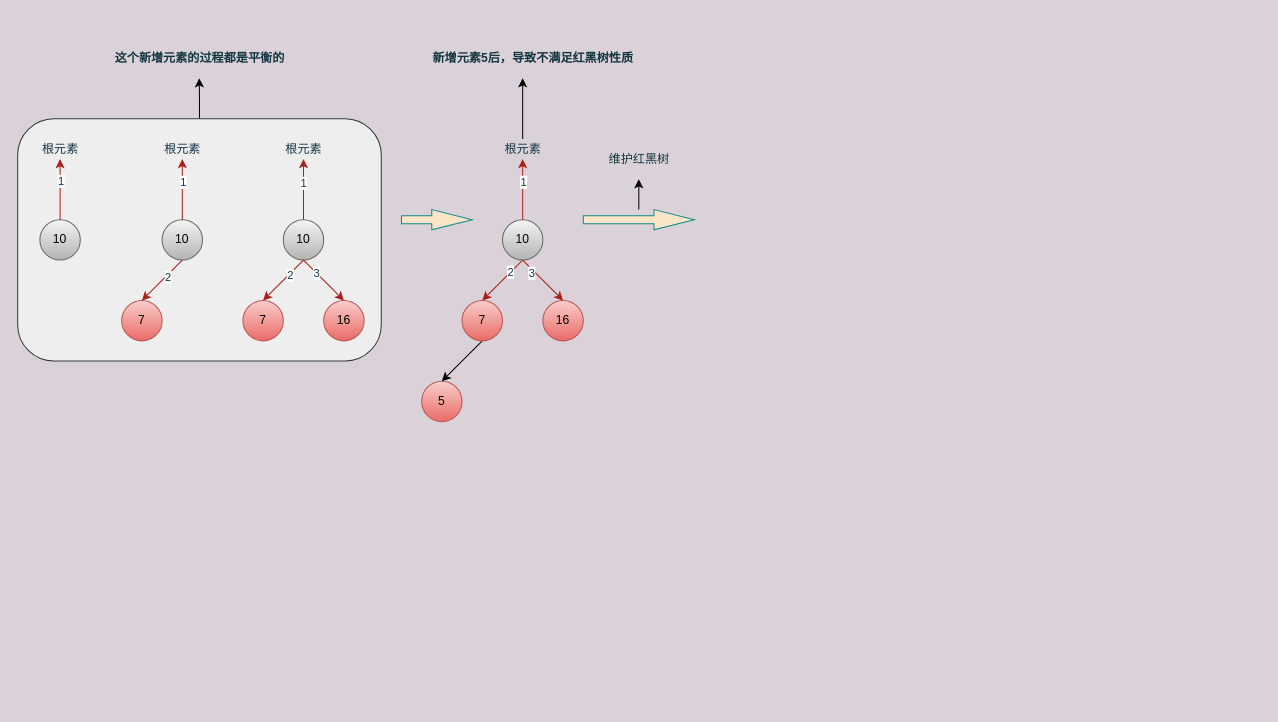
Above: typora/JavaSE/6 集合/drawio/TreeMap/维护红黑树平衡2.drawio in LDChing0321/JavaLearn (draw.io), before the change. Source tidied: cells renumbered, new cells numbered last; positions are measured from the earlier drawing's top-left corner, leaving out a move shared by most shapes. Both pictures are drawn from the tidied source at 101%, with x=0, y=0 at pixel (17, 47).
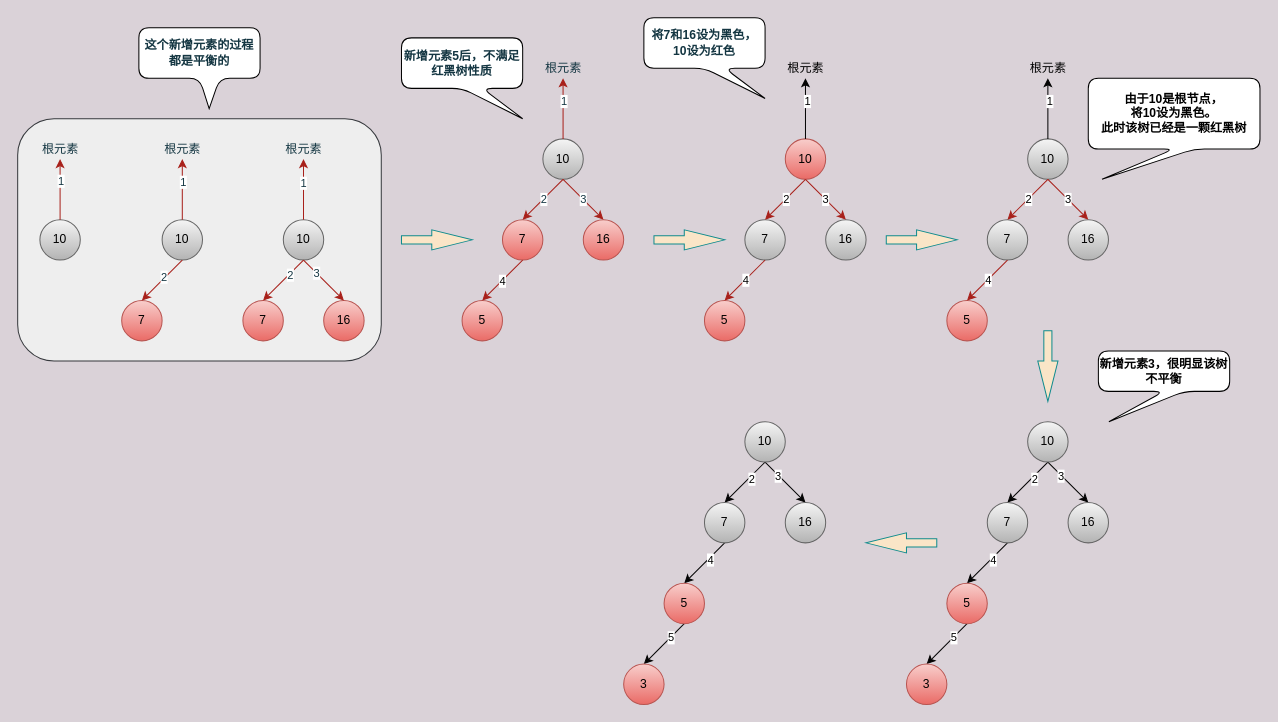
Above is the later version.

Commit message:
更新维护红黑树平衡2.drawio

The change refers to these unchanged cells:
```xml
<mxCell id="3" style="rounded=1;whiteSpace=wrap;html=1;glass=0;fillColor=#eeeeee;strokeColor=#36393d;shadow=0;sketch=0;" parent="1" vertex="1">
  <mxGeometry y="70" width="360" height="240" as="geometry" />
</mxCell>
<mxCell id="16" style="rounded=0;jettySize=auto;html=1;exitX=0.5;exitY=1;exitDx=0;exitDy=0;entryX=0.5;entryY=0;entryDx=0;entryDy=0;labelBackgroundColor=#DAD2D8;strokeColor=#A8201A;fontColor=#143642;" parent="9" edge="1" source="12" target="10">
  <mxGeometry relative="1" as="geometry" />
</mxCell>
<mxCell id="33" value="10" style="ellipse;whiteSpace=wrap;html=1;fillColor=#f5f5f5;strokeColor=#666666;gradientColor=#b3b3b3;" parent="32" vertex="1">
  <mxGeometry x="5" y="80" width="40" height="40" as="geometry" />
</mxCell>
<mxCell id="34" value="根元素" style="text;html=1;align=center;verticalAlign=middle;points=[];strokeColor=none;fontColor=#143642;" parent="32" vertex="1">
  <mxGeometry width="50" height="20" as="geometry" />
</mxCell>
```

The edit, as a diff of the source:
```diff
@@
-    <mxCell id="2" style="edgeStyle=orthogonalEdgeStyle;curved=0;rounded=1;sketch=0;jettySize=auto;html=1;exitX=0.5;exitY=0;exitDx=0;exitDy=0;fontColor=#143642;strokeColor=#000000;fillColor=#FAE5C7;" parent="1" edge="1" source="3">
-      <mxGeometry relative="1" as="geometry">
-        <mxPoint x="179.8" y="30" as="targetPoint" />
-      </mxGeometry>
-    </mxCell>
@@
     <mxCell id="17" value="2" style="edgeLabel;html=1;align=center;verticalAlign=middle;fontColor=#143642;" parent="16" vertex="1">
-      <mxGeometry x="-0.22" y="2" relative="1" as="geometry" />
+      <mxGeometry x="-0.22" y="2" relative="1" as="geometry">
+        <mxPoint x="-4" as="offset" />
+      </mxGeometry>
     </mxCell>
@@
-    <mxCell id="29" value="这个新增元素的过程都是平衡的" style="text;html=1;align=center;verticalAlign=middle;strokeColor=none;fontColor=#143642;fontStyle=1;" parent="1" vertex="1">
-      <mxGeometry x="90" width="180" height="20" as="geometry" />
-    </mxCell>
-    <mxCell id="30" style="rounded=1;sketch=0;jettySize=auto;html=1;exitX=0.5;exitY=1;exitDx=0;exitDy=0;entryX=0.5;entryY=0;entryDx=0;entryDy=0;fontColor=#143642;strokeColor=#000000;fillColor=#FAE5C7;" parent="1" edge="1" source="31" target="42">
-      <mxGeometry relative="1" as="geometry" />
-    </mxCell>
+    <mxCell id="45" style="html=1;shadow=0;dashed=0;align=center;verticalAlign=middle;shape=mxgraph.arrows2.arrow;dy=0.6;dx=40;notch=0;rounded=1;glass=0;sketch=0;fontColor=#143642;strokeColor=#0F8B8D;fillColor=#FAE5C7;" parent="1" vertex="1">
+      <mxGeometry x="380" y="180" width="70" height="20" as="geometry" />
+    </mxCell>
+    <mxCell id="49" style="group;" parent="1" vertex="1">
+      <mxGeometry x="440" y="10" width="160" height="280" as="geometry" />
+    </mxCell>
-    <mxCell id="31" value="7" style="ellipse;whiteSpace=wrap;html=1;fillColor=#f8cecc;strokeColor=#b85450;gradientColor=#ea6b66;" parent="1" vertex="1">
-      <mxGeometry x="440" y="250" width="40" height="40" as="geometry" />
+    <mxCell id="31" value="7" style="ellipse;whiteSpace=wrap;html=1;fillColor=#f8cecc;strokeColor=#b85450;gradientColor=#ea6b66;" parent="49" vertex="1">
+      <mxGeometry x="40" y="160" width="40" height="40" as="geometry" />
     </mxCell>
-    <mxCell id="32" style="group;fontColor=#143642;" parent="1" vertex="1">
-      <mxGeometry x="475" y="90" width="50" height="120" as="geometry" />
+    <mxCell id="32" style="group;fontColor=#143642;" parent="49" vertex="1">
+      <mxGeometry x="75" width="50" height="120" as="geometry" />
     </mxCell>
@@
-    <mxCell id="37" style="rounded=0;jettySize=auto;html=1;exitX=0.5;exitY=1;exitDx=0;exitDy=0;entryX=0.5;entryY=0;entryDx=0;entryDy=0;labelBackgroundColor=#DAD2D8;strokeColor=#A8201A;fontColor=#143642;" parent="1" edge="1" source="33" target="31">
+    <mxCell id="37" style="rounded=0;jettySize=auto;html=1;exitX=0.5;exitY=1;exitDx=0;exitDy=0;entryX=0.5;entryY=0;entryDx=0;entryDy=0;labelBackgroundColor=#DAD2D8;strokeColor=#A8201A;fontColor=#143642;" parent="49" edge="1" source="33" target="31">
       <mxGeometry x="640" y="40" as="geometry" />
     </mxCell>
     <mxCell id="38" value="2" style="edgeLabel;html=1;align=center;verticalAlign=middle;fontColor=#143642;" parent="37" vertex="1">
-      <mxGeometry relative="1" as="geometry">
-        <mxPoint x="7" y="-8" as="offset" />
-      </mxGeometry>
+      <mxGeometry relative="1" as="geometry" />
     </mxCell>
-    <mxCell id="39" value="16" style="ellipse;whiteSpace=wrap;html=1;fillColor=#f8cecc;strokeColor=#b85450;gradientColor=#ea6b66;" parent="1" vertex="1">
-      <mxGeometry x="520" y="250" width="40" height="40" as="geometry" />
+    <mxCell id="39" value="16" style="ellipse;whiteSpace=wrap;html=1;fillColor=#f8cecc;strokeColor=#b85450;gradientColor=#ea6b66;" parent="49" vertex="1">
+      <mxGeometry x="120" y="160" width="40" height="40" as="geometry" />
     </mxCell>
+    <mxCell id="42" value="5" style="ellipse;whiteSpace=wrap;html=1;fillColor=#f8cecc;strokeColor=#b85450;gradientColor=#ea6b66;" parent="49" vertex="1">
+      <mxGeometry y="240" width="40" height="40" as="geometry" />
+    </mxCell>
-    <mxCell id="40" style="edgeStyle=none;rounded=0;jettySize=auto;html=1;exitX=0.5;exitY=1;exitDx=0;exitDy=0;entryX=0.5;entryY=0;entryDx=0;entryDy=0;labelBackgroundColor=#DAD2D8;strokeColor=#A8201A;fontColor=#143642;" parent="1" edge="1" source="33" target="39">
+    <mxCell id="40" style="edgeStyle=none;rounded=0;jettySize=auto;html=1;exitX=0.5;exitY=1;exitDx=0;exitDy=0;entryX=0.5;entryY=0;entryDx=0;entryDy=0;labelBackgroundColor=#DAD2D8;strokeColor=#A8201A;fontColor=#143642;" parent="49" edge="1" source="33" target="39">
       <mxGeometry x="600" y="40" as="geometry" />
     </mxCell>
     <mxCell id="41" value="3" style="edgeLabel;html=1;align=center;verticalAlign=middle;fontColor=#143642;" parent="40" vertex="1">
-      <mxGeometry relative="1" as="geometry">
-        <mxPoint x="-11" y="-7" as="offset" />
-      </mxGeometry>
+      <mxGeometry relative="1" as="geometry" />
     </mxCell>
-    <mxCell id="42" value="5" style="ellipse;whiteSpace=wrap;html=1;fillColor=#f8cecc;strokeColor=#b85450;gradientColor=#ea6b66;" parent="1" vertex="1">
-      <mxGeometry x="400" y="330" width="40" height="40" as="geometry" />
-    </mxCell>
-    <mxCell id="43" value="新增元素5后，导致不满足红黑树性质" style="text;html=1;align=center;verticalAlign=middle;strokeColor=none;fontColor=#143642;fontStyle=1;" parent="1" vertex="1">
-      <mxGeometry x="405" width="210" height="20" as="geometry" />
-    </mxCell>
-    <mxCell id="44" style="edgeStyle=orthogonalEdgeStyle;curved=0;rounded=1;sketch=0;jettySize=auto;html=1;fontColor=#143642;strokeColor=#000000;fillColor=#FAE5C7;" parent="1" edge="1" source="34">
-      <mxGeometry relative="1" as="geometry">
-        <mxPoint x="500" y="30" as="targetPoint" />
-      </mxGeometry>
-    </mxCell>
-    <mxCell id="45" style="html=1;shadow=0;dashed=0;align=center;verticalAlign=middle;shape=mxgraph.arrows2.arrow;dy=0.6;dx=40;notch=0;rounded=1;glass=0;sketch=0;fontColor=#143642;strokeColor=#0F8B8D;fillColor=#FAE5C7;" parent="1" vertex="1">
-      <mxGeometry x="380" y="160" width="70" height="20" as="geometry" />
-    </mxCell>
-    <mxCell id="46" style="edgeStyle=orthogonalEdgeStyle;curved=0;rounded=1;sketch=0;jettySize=auto;html=1;fontColor=#143642;strokeColor=#000000;fillColor=#FAE5C7;" parent="1" edge="1" source="47">
-      <mxGeometry relative="1" as="geometry">
-        <mxPoint x="615" y="130" as="targetPoint" />
-      </mxGeometry>
-    </mxCell>
-    <mxCell id="47" style="html=1;shadow=0;dashed=0;align=center;verticalAlign=middle;shape=mxgraph.arrows2.arrow;dy=0.6;dx=40;notch=0;rounded=1;glass=0;sketch=0;fontColor=#143642;strokeColor=#0F8B8D;fillColor=#FAE5C7;" parent="1" vertex="1">
-      <mxGeometry x="560" y="160" width="110" height="20" as="geometry" />
-    </mxCell>
-    <mxCell id="48" value="维护红黑树" style="text;html=1;align=center;verticalAlign=middle;strokeColor=none;fontColor=#143642;" parent="1" vertex="1">
-      <mxGeometry x="575" y="100" width="80" height="20" as="geometry" />
-    </mxCell>
+    <mxCell id="30" style="rounded=0;sketch=0;jettySize=auto;html=1;exitX=0.5;exitY=1;exitDx=0;exitDy=0;entryX=0.5;entryY=0;entryDx=0;entryDy=0;fontColor=#143642;fillColor=#f8cecc;strokeColor=#A8201A;" parent="49" edge="1" source="31" target="42">
+      <mxGeometry relative="1" as="geometry" />
+    </mxCell>
+    <mxCell id="50" value="4" style="edgeLabel;html=1;align=center;verticalAlign=middle;" parent="30" vertex="1">
+      <mxGeometry x="-0.31" y="-1" relative="1" as="geometry">
+        <mxPoint x="-6" y="7" as="offset" />
+      </mxGeometry>
+    </mxCell>
+    <mxCell id="51" value="&lt;span style=&quot;color: rgb(20 , 54 , 66) ; font-weight: 700&quot;&gt;新增元素5后，不满足红黑树性质&lt;/span&gt;" style="shape=callout;whiteSpace=wrap;html=1;perimeter=calloutPerimeter;rounded=1;position2=1;" parent="49" vertex="1">
+      <mxGeometry x="-60" y="-20" width="120" height="80" as="geometry" />
+    </mxCell>
+    <mxCell id="52" style="group;" parent="1" vertex="1">
+      <mxGeometry x="680" y="90" width="160" height="200" as="geometry" />
+    </mxCell>
+    <mxCell id="53" value="10" style="ellipse;whiteSpace=wrap;html=1;fillColor=#f8cecc;strokeColor=#b85450;gradientColor=#ea6b66;" parent="52" vertex="1">
+      <mxGeometry x="80" width="40" height="40" as="geometry" />
+    </mxCell>
+    <mxCell id="54" value="7" style="ellipse;whiteSpace=wrap;html=1;fillColor=#f5f5f5;strokeColor=#666666;gradientColor=#b3b3b3;" parent="52" vertex="1">
+      <mxGeometry x="40" y="80" width="40" height="40" as="geometry" />
+    </mxCell>
+    <mxCell id="55" value="16" style="ellipse;whiteSpace=wrap;html=1;fillColor=#f5f5f5;strokeColor=#666666;gradientColor=#b3b3b3;" parent="52" vertex="1">
+      <mxGeometry x="120" y="80" width="40" height="40" as="geometry" />
+    </mxCell>
+    <mxCell id="56" value="5" style="ellipse;whiteSpace=wrap;html=1;fillColor=#f8cecc;strokeColor=#b85450;gradientColor=#ea6b66;" parent="52" vertex="1">
+      <mxGeometry y="160" width="40" height="40" as="geometry" />
+    </mxCell>
+    <mxCell id="57" style="rounded=0;jettySize=auto;html=1;exitX=0.5;exitY=1;exitDx=0;exitDy=0;entryX=0.5;entryY=0;entryDx=0;entryDy=0;strokeColor=#A8201A;" parent="52" edge="1" source="53" target="54">
+      <mxGeometry x="900" y="40" as="geometry" />
+    </mxCell>
+    <mxCell id="58" value="2" style="edgeLabel;html=1;align=center;verticalAlign=middle;" parent="57" vertex="1">
+      <mxGeometry relative="1" as="geometry" />
+    </mxCell>
+    <mxCell id="59" style="edgeStyle=none;rounded=0;jettySize=auto;html=1;exitX=0.5;exitY=1;exitDx=0;exitDy=0;entryX=0.5;entryY=0;entryDx=0;entryDy=0;strokeColor=#A8201A;" parent="52" edge="1" source="53" target="55">
+      <mxGeometry x="900" y="40" as="geometry" />
+    </mxCell>
+    <mxCell id="60" value="3" style="edgeLabel;html=1;align=center;verticalAlign=middle;" parent="59" vertex="1">
+      <mxGeometry relative="1" as="geometry" />
+    </mxCell>
+    <mxCell id="61" style="edgeStyle=none;rounded=0;jettySize=auto;html=1;exitX=0.5;exitY=1;exitDx=0;exitDy=0;entryX=0.5;entryY=0;entryDx=0;entryDy=0;strokeColor=#A8201A;" parent="52" edge="1" source="54" target="56">
+      <mxGeometry x="900" y="40" as="geometry" />
+    </mxCell>
+    <mxCell id="62" value="4" style="edgeLabel;html=1;align=center;verticalAlign=middle;" parent="61" vertex="1">
+      <mxGeometry relative="1" as="geometry" />
+    </mxCell>
+    <mxCell id="63" value="根元素" style="text;html=1;align=center;verticalAlign=middle;points=[];strokeColor=none;" parent="1" vertex="1">
+      <mxGeometry x="755" y="10" width="50" height="20" as="geometry" />
+    </mxCell>
+    <mxCell id="64" style="edgeStyle=none;rounded=0;jettySize=auto;html=1;strokeColor=#030303;" parent="1" edge="1" source="53" target="63">
+      <mxGeometry relative="1" as="geometry" />
+    </mxCell>
+    <mxCell id="65" value="1" style="edgeLabel;html=1;align=center;verticalAlign=middle;" parent="64" vertex="1">
+      <mxGeometry x="0.26" y="-1" relative="1" as="geometry" />
+    </mxCell>
+    <mxCell id="66" style="html=1;shadow=0;dashed=0;align=center;verticalAlign=middle;shape=mxgraph.arrows2.arrow;dy=0.6;dx=40;notch=0;rounded=1;glass=0;sketch=0;fontColor=#143642;strokeColor=#0F8B8D;fillColor=#FAE5C7;" parent="1" vertex="1">
+      <mxGeometry x="630" y="180" width="70" height="20" as="geometry" />
+    </mxCell>
+    <mxCell id="67" value="10" style="ellipse;whiteSpace=wrap;html=1;fillColor=#f5f5f5;strokeColor=#666666;gradientColor=#b3b3b3;" parent="1" vertex="1">
+      <mxGeometry x="1000" y="90" width="40" height="40" as="geometry" />
+    </mxCell>
+    <mxCell id="68" value="7" style="ellipse;whiteSpace=wrap;html=1;fillColor=#f5f5f5;strokeColor=#666666;gradientColor=#b3b3b3;" parent="1" vertex="1">
+      <mxGeometry x="960" y="170" width="40" height="40" as="geometry" />
+    </mxCell>
+    <mxCell id="69" value="16" style="ellipse;whiteSpace=wrap;html=1;fillColor=#f5f5f5;strokeColor=#666666;gradientColor=#b3b3b3;" parent="1" vertex="1">
+      <mxGeometry x="1040" y="170" width="40" height="40" as="geometry" />
+    </mxCell>
+    <mxCell id="70" value="5" style="ellipse;whiteSpace=wrap;html=1;fillColor=#f8cecc;strokeColor=#b85450;gradientColor=#ea6b66;" parent="1" vertex="1">
+      <mxGeometry x="920" y="250" width="40" height="40" as="geometry" />
+    </mxCell>
+    <mxCell id="71" style="rounded=0;jettySize=auto;html=1;exitX=0.5;exitY=1;exitDx=0;exitDy=0;entryX=0.5;entryY=0;entryDx=0;entryDy=0;strokeColor=#A8201A;" parent="1" edge="1" source="67" target="68">
+      <mxGeometry x="1140" y="40" as="geometry" />
+    </mxCell>
+    <mxCell id="72" value="2" style="edgeLabel;html=1;align=center;verticalAlign=middle;" parent="71" vertex="1">
+      <mxGeometry relative="1" as="geometry" />
+    </mxCell>
+    <mxCell id="73" style="edgeStyle=none;rounded=0;jettySize=auto;html=1;exitX=0.5;exitY=1;exitDx=0;exitDy=0;entryX=0.5;entryY=0;entryDx=0;entryDy=0;strokeColor=#A8201A;" parent="1" edge="1" source="67" target="69">
+      <mxGeometry x="1140" y="40" as="geometry" />
+    </mxCell>
+    <mxCell id="74" value="3" style="edgeLabel;html=1;align=center;verticalAlign=middle;" parent="73" vertex="1">
+      <mxGeometry relative="1" as="geometry" />
+    </mxCell>
+    <mxCell id="75" style="edgeStyle=none;rounded=0;jettySize=auto;html=1;exitX=0.5;exitY=1;exitDx=0;exitDy=0;entryX=0.5;entryY=0;entryDx=0;entryDy=0;strokeColor=#A8201A;" parent="1" edge="1" source="68" target="70">
+      <mxGeometry x="1140" y="40" as="geometry" />
+    </mxCell>
+    <mxCell id="76" value="4" style="edgeLabel;html=1;align=center;verticalAlign=middle;" parent="75" vertex="1">
+      <mxGeometry relative="1" as="geometry" />
+    </mxCell>
+    <mxCell id="77" value="根元素" style="text;html=1;align=center;verticalAlign=middle;points=[];strokeColor=none;" parent="1" vertex="1">
+      <mxGeometry x="995" y="10" width="50" height="20" as="geometry" />
+    </mxCell>
+    <mxCell id="78" style="edgeStyle=none;rounded=0;jettySize=auto;html=1;strokeColor=#030303;" parent="1" edge="1" source="67" target="77">
+      <mxGeometry relative="1" as="geometry" />
+    </mxCell>
+    <mxCell id="79" value="1" style="edgeLabel;html=1;align=center;verticalAlign=middle;" parent="78" vertex="1">
+      <mxGeometry x="0.26" y="-1" relative="1" as="geometry" />
+    </mxCell>
+    <mxCell id="80" style="html=1;shadow=0;dashed=0;align=center;verticalAlign=middle;shape=mxgraph.arrows2.arrow;dy=0.6;dx=40;notch=0;rounded=1;glass=0;sketch=0;fontColor=#143642;strokeColor=#0F8B8D;fillColor=#FAE5C7;" parent="1" vertex="1">
+      <mxGeometry x="860" y="180" width="70" height="20" as="geometry" />
+    </mxCell>
+    <mxCell id="81" value="由于10是根节点，&lt;br&gt;将10设为黑色。&lt;br&gt;此时该树已经是一颗红黑树" style="shape=callout;whiteSpace=wrap;html=1;perimeter=calloutPerimeter;position2=0.08;rounded=1;fontStyle=1;" parent="1" vertex="1">
+      <mxGeometry x="1060" y="30" width="170" height="100" as="geometry" />
+    </mxCell>
+    <mxCell id="82" value="&lt;font color=&quot;#143642&quot;&gt;&lt;b&gt;将7和16设为黑色，&lt;br&gt;10设为红色&lt;br&gt;&lt;/b&gt;&lt;/font&gt;" style="shape=callout;whiteSpace=wrap;html=1;perimeter=calloutPerimeter;rounded=1;position2=1;" parent="1" vertex="1">
+      <mxGeometry x="620" y="-30" width="120" height="80" as="geometry" />
+    </mxCell>
+    <mxCell id="29" value="&lt;span style=&quot;color: rgb(20 , 54 , 66) ; font-weight: 700&quot;&gt;这个新增元素的过程都是平衡的&lt;/span&gt;" style="shape=callout;whiteSpace=wrap;html=1;perimeter=calloutPerimeter;rounded=1;position2=0.58;" parent="1" vertex="1">
+      <mxGeometry x="120" y="-20" width="120" height="80" as="geometry" />
+    </mxCell>
+    <mxCell id="83" style="html=1;shadow=0;dashed=0;align=center;verticalAlign=middle;shape=mxgraph.arrows2.arrow;dy=0.6;dx=40;notch=0;rounded=1;glass=0;sketch=0;fontColor=#143642;strokeColor=#0F8B8D;fillColor=#FAE5C7;direction=south;" parent="1" vertex="1">
+      <mxGeometry x="1010" y="280" width="20" height="70" as="geometry" />
+    </mxCell>
+    <mxCell id="84" style="edgeStyle=none;rounded=0;jettySize=auto;html=1;exitX=0.5;exitY=1;exitDx=0;exitDy=0;entryX=0.5;entryY=0;entryDx=0;entryDy=0;strokeColor=#030303;" parent="1" edge="1" source="88" target="91">
+      <mxGeometry relative="1" as="geometry" />
+    </mxCell>
+    <mxCell id="85" value="2" style="edgeLabel;html=1;align=center;verticalAlign=middle;" parent="84" vertex="1">
+      <mxGeometry x="-0.27" y="2" relative="1" as="geometry" />
+    </mxCell>
+    <mxCell id="86" style="edgeStyle=none;rounded=0;jettySize=auto;html=1;exitX=0.5;exitY=1;exitDx=0;exitDy=0;entryX=0.5;entryY=0;entryDx=0;entryDy=0;strokeColor=#030303;" parent="1" edge="1" source="88" target="92">
+      <mxGeometry relative="1" as="geometry" />
+    </mxCell>
+    <mxCell id="87" value="3" style="edgeLabel;html=1;align=center;verticalAlign=middle;" parent="86" vertex="1">
+      <mxGeometry x="-0.35" y="-1" relative="1" as="geometry" />
+    </mxCell>
+    <mxCell id="88" value="10" style="ellipse;whiteSpace=wrap;html=1;fillColor=#f5f5f5;strokeColor=#666666;gradientColor=#b3b3b3;" parent="1" vertex="1">
+      <mxGeometry x="1000" y="370" width="40" height="40" as="geometry" />
+    </mxCell>
+    <mxCell id="89" style="edgeStyle=none;rounded=0;jettySize=auto;html=1;exitX=0.5;exitY=1;exitDx=0;exitDy=0;entryX=0.5;entryY=0;entryDx=0;entryDy=0;strokeColor=#030303;" parent="1" edge="1" source="91" target="95">
+      <mxGeometry relative="1" as="geometry" />
+    </mxCell>
+    <mxCell id="90" value="4" style="edgeLabel;html=1;align=center;verticalAlign=middle;" parent="89" vertex="1">
+      <mxGeometry x="-0.23" y="1" relative="1" as="geometry" />
+    </mxCell>
+    <mxCell id="91" value="7" style="ellipse;whiteSpace=wrap;html=1;fillColor=#f5f5f5;strokeColor=#666666;gradientColor=#b3b3b3;" parent="1" vertex="1">
+      <mxGeometry x="960" y="450" width="40" height="40" as="geometry" />
+    </mxCell>
+    <mxCell id="92" value="16" style="ellipse;whiteSpace=wrap;html=1;fillColor=#f5f5f5;strokeColor=#666666;gradientColor=#b3b3b3;" parent="1" vertex="1">
+      <mxGeometry x="1040" y="450" width="40" height="40" as="geometry" />
+    </mxCell>
+    <mxCell id="93" style="edgeStyle=none;rounded=0;jettySize=auto;html=1;exitX=0.5;exitY=1;exitDx=0;exitDy=0;entryX=0.5;entryY=0;entryDx=0;entryDy=0;strokeColor=#030303;" parent="1" edge="1" source="95" target="97">
+      <mxGeometry relative="1" as="geometry" />
+    </mxCell>
+    <mxCell id="94" value="5" style="edgeLabel;html=1;align=center;verticalAlign=middle;" parent="93" vertex="1">
+      <mxGeometry x="-0.32" relative="1" as="geometry" />
+    </mxCell>
+    <mxCell id="95" value="5" style="ellipse;whiteSpace=wrap;html=1;fillColor=#f8cecc;strokeColor=#b85450;gradientColor=#ea6b66;" parent="1" vertex="1">
+      <mxGeometry x="920" y="530" width="40" height="40" as="geometry" />
+    </mxCell>
+    <mxCell id="96" value="新增元素3，很明显该树不平衡" style="shape=callout;whiteSpace=wrap;html=1;perimeter=calloutPerimeter;position2=0.08;rounded=1;fontStyle=1;" parent="1" vertex="1">
+      <mxGeometry x="1070" y="300" width="130" height="70" as="geometry" />
+    </mxCell>
+    <mxCell id="97" value="3" style="ellipse;whiteSpace=wrap;html=1;fillColor=#f8cecc;strokeColor=#b85450;gradientColor=#ea6b66;" parent="1" vertex="1">
+      <mxGeometry x="880" y="610" width="40" height="40" as="geometry" />
+    </mxCell>
+    <mxCell id="98" style="edgeStyle=none;rounded=0;jettySize=auto;html=1;exitX=0.5;exitY=1;exitDx=0;exitDy=0;entryX=0.5;entryY=0;entryDx=0;entryDy=0;strokeColor=#030303;" parent="1" edge="1" source="102" target="105">
+      <mxGeometry relative="1" as="geometry" />
+    </mxCell>
+    <mxCell id="99" value="2" style="edgeLabel;html=1;align=center;verticalAlign=middle;" parent="98" vertex="1">
+      <mxGeometry x="-0.27" y="2" relative="1" as="geometry" />
+    </mxCell>
+    <mxCell id="100" style="edgeStyle=none;rounded=0;jettySize=auto;html=1;exitX=0.5;exitY=1;exitDx=0;exitDy=0;entryX=0.5;entryY=0;entryDx=0;entryDy=0;strokeColor=#030303;" parent="1" edge="1" source="102" target="106">
+      <mxGeometry relative="1" as="geometry" />
+    </mxCell>
+    <mxCell id="101" value="3" style="edgeLabel;html=1;align=center;verticalAlign=middle;" parent="100" vertex="1">
+      <mxGeometry x="-0.35" y="-1" relative="1" as="geometry" />
+    </mxCell>
+    <mxCell id="102" value="10" style="ellipse;whiteSpace=wrap;html=1;fillColor=#f5f5f5;strokeColor=#666666;gradientColor=#b3b3b3;" parent="1" vertex="1">
+      <mxGeometry x="720" y="370" width="40" height="40" as="geometry" />
+    </mxCell>
+    <mxCell id="103" style="edgeStyle=none;rounded=0;jettySize=auto;html=1;exitX=0.5;exitY=1;exitDx=0;exitDy=0;entryX=0.5;entryY=0;entryDx=0;entryDy=0;strokeColor=#030303;" parent="1" edge="1" source="105" target="109">
+      <mxGeometry relative="1" as="geometry" />
+    </mxCell>
+    <mxCell id="104" value="4" style="edgeLabel;html=1;align=center;verticalAlign=middle;" parent="103" vertex="1">
+      <mxGeometry x="-0.23" y="1" relative="1" as="geometry" />
+    </mxCell>
+    <mxCell id="105" value="7" style="ellipse;whiteSpace=wrap;html=1;fillColor=#f5f5f5;strokeColor=#666666;gradientColor=#b3b3b3;" parent="1" vertex="1">
+      <mxGeometry x="680" y="450" width="40" height="40" as="geometry" />
+    </mxCell>
+    <mxCell id="106" value="16" style="ellipse;whiteSpace=wrap;html=1;fillColor=#f5f5f5;strokeColor=#666666;gradientColor=#b3b3b3;" parent="1" vertex="1">
+      <mxGeometry x="760" y="450" width="40" height="40" as="geometry" />
+    </mxCell>
+    <mxCell id="107" style="edgeStyle=none;rounded=0;jettySize=auto;html=1;exitX=0.5;exitY=1;exitDx=0;exitDy=0;entryX=0.5;entryY=0;entryDx=0;entryDy=0;strokeColor=#030303;" parent="1" edge="1" source="109" target="110">
+      <mxGeometry relative="1" as="geometry" />
+    </mxCell>
+    <mxCell id="108" value="5" style="edgeLabel;html=1;align=center;verticalAlign=middle;" parent="107" vertex="1">
+      <mxGeometry x="-0.32" relative="1" as="geometry" />
+    </mxCell>
+    <mxCell id="109" value="5" style="ellipse;whiteSpace=wrap;html=1;fillColor=#f8cecc;strokeColor=#b85450;gradientColor=#ea6b66;" parent="1" vertex="1">
+      <mxGeometry x="640" y="530" width="40" height="40" as="geometry" />
+    </mxCell>
+    <mxCell id="110" value="3" style="ellipse;whiteSpace=wrap;html=1;fillColor=#f8cecc;strokeColor=#b85450;gradientColor=#ea6b66;" parent="1" vertex="1">
+      <mxGeometry x="600" y="610" width="40" height="40" as="geometry" />
+    </mxCell>
+    <mxCell id="111" style="html=1;shadow=0;dashed=0;align=center;verticalAlign=middle;shape=mxgraph.arrows2.arrow;dy=0.6;dx=40;notch=0;rounded=1;glass=0;sketch=0;fontColor=#143642;strokeColor=#0F8B8D;fillColor=#FAE5C7;direction=west;" parent="1" vertex="1">
+      <mxGeometry x="840" y="480" width="70" height="20" as="geometry" />
+    </mxCell>
```
